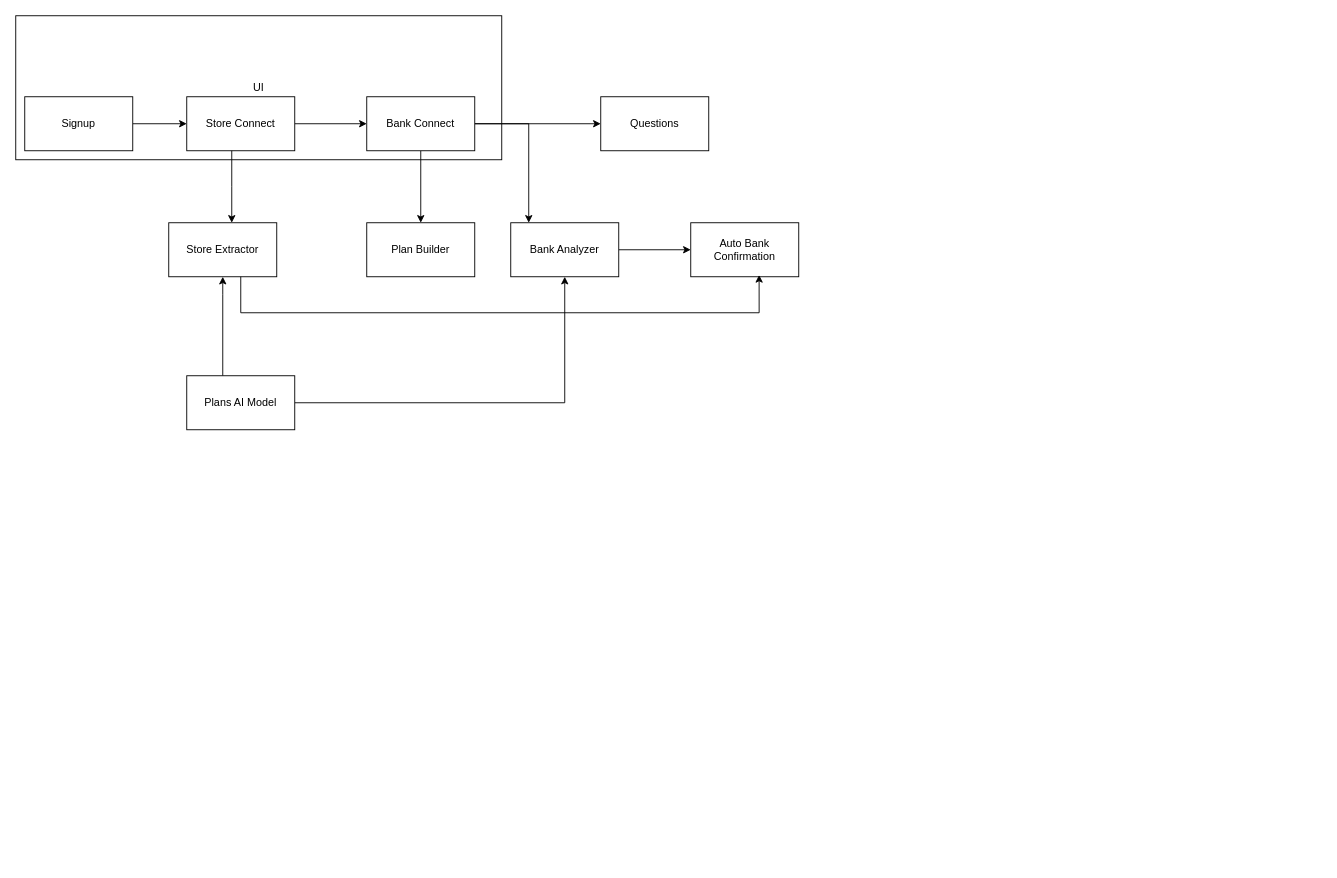
Above: drawings/general8fig.drawio in saharki/draw.io (draw.io), before the change. Source tidied: cells renumbered, new cells numbered last; positions are measured from the earlier drawing's top-left corner, leaving out a move shared by most shapes. Both pictures are drawn from the tidied source at 90%, with x=0, y=0 at pixel (15, 15).
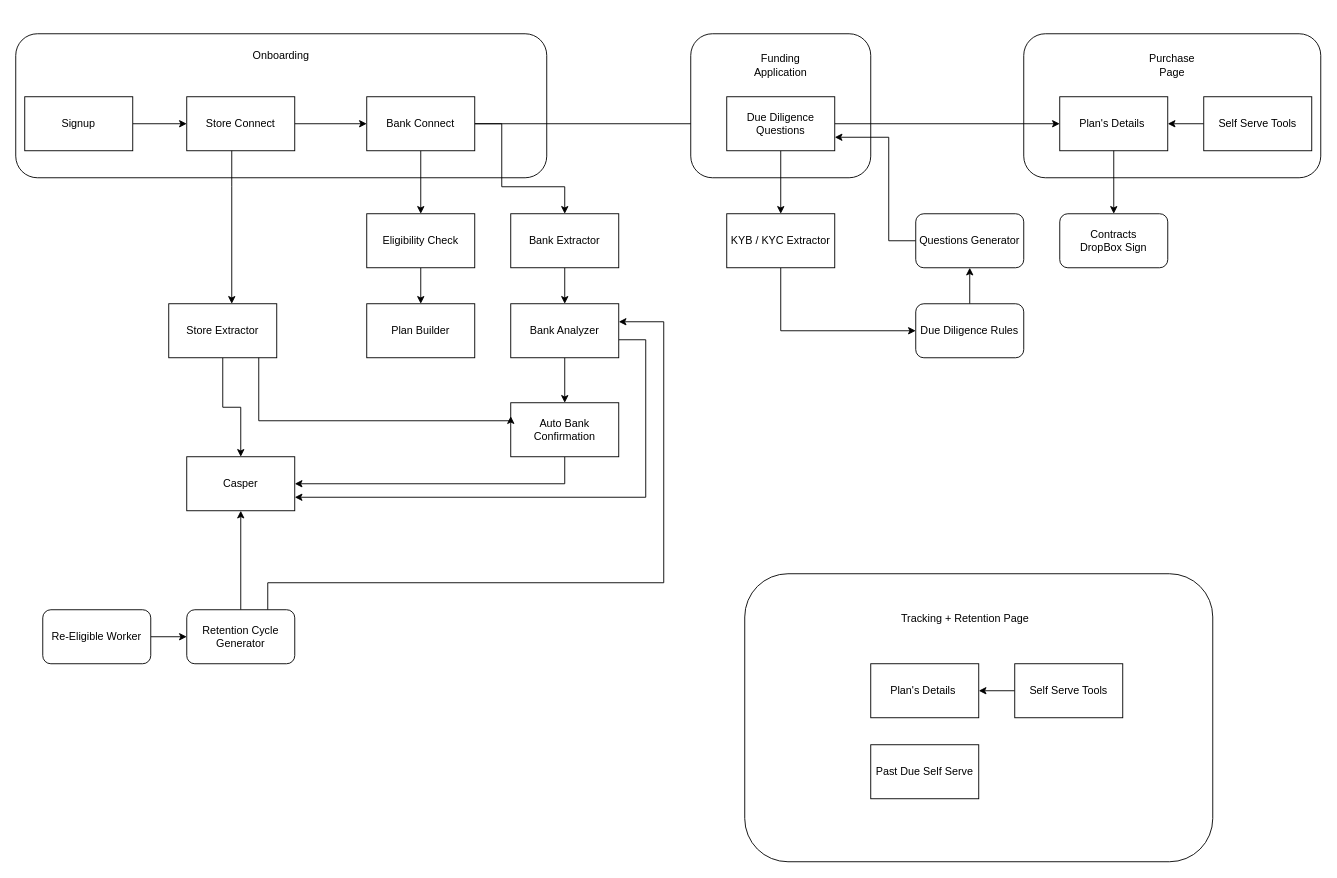
After the change.

Unchanged cells that the change refers to:
```xml
<mxCell id="9" value="Bank Connect" style="rounded=0;whiteSpace=wrap;html=1;" parent="1" vertex="1">
  <mxGeometry x="390" y="90" width="120" height="60" as="geometry" />
</mxCell>
```

The edit, as a diff of the source:
```diff
@@
-    <mxCell id="2" value="UI" style="rounded=0;whiteSpace=wrap;html=1;" parent="1" vertex="1">
-      <mxGeometry width="540" height="160" as="geometry" />
-    </mxCell>
+    <mxCell id="22" style="group;" parent="1" vertex="1">
+      <mxGeometry y="20" width="590" height="160" as="geometry" />
+    </mxCell>
+    <mxCell id="23" style="rounded=1;whiteSpace=wrap;html=1;shadow=0;" parent="22" vertex="1">
+      <mxGeometry width="590" height="160" as="geometry" />
+    </mxCell>
+    <mxCell id="24" value="Onboarding" style="text;html=1;align=center;verticalAlign=middle;whiteSpace=wrap;rounded=0;" parent="22" vertex="1">
+      <mxGeometry x="265" y="10" width="60" height="30" as="geometry" />
+    </mxCell>
@@
-    <mxCell id="7" style="edgeStyle=orthogonalEdgeStyle;rounded=0;jettySize=auto;html=1;" parent="1" edge="1" source="9" target="13">
-      <mxGeometry relative="1" as="geometry" />
-    </mxCell>
-    <mxCell id="8" style="edgeStyle=orthogonalEdgeStyle;rounded=0;jettySize=auto;html=1;" parent="1" edge="1" source="9" target="15">
-      <mxGeometry relative="1" as="geometry">
-        <Array as="points">
-          <mxPoint x="570" y="120" />
-        </Array>
-      </mxGeometry>
-    </mxCell>
+    <mxCell id="25" style="edgeStyle=orthogonalEdgeStyle;rounded=0;jettySize=auto;html=1;" parent="1" edge="1" source="9" target="31">
+      <mxGeometry relative="1" as="geometry" />
+    </mxCell>
+    <mxCell id="26" style="edgeStyle=orthogonalEdgeStyle;rounded=0;jettySize=auto;html=1;entryX=0.5;entryY=0;entryDx=0;entryDy=0;" parent="1" edge="1" source="9" target="33">
+      <mxGeometry relative="1" as="geometry">
+        <Array as="points">
+          <mxPoint x="540" y="120" />
+          <mxPoint x="540" y="190" />
+          <mxPoint x="610" y="190" />
+        </Array>
+      </mxGeometry>
+    </mxCell>
@@
-    <mxCell id="10" value="Questions" style="rounded=0;whiteSpace=wrap;html=1;" parent="1" vertex="1">
-      <mxGeometry x="650" y="90" width="120" height="60" as="geometry" />
-    </mxCell>
@@
     <mxCell id="13" value="Plan Builder" style="rounded=0;whiteSpace=wrap;html=1;" parent="1" vertex="1">
-      <mxGeometry x="390" y="230" width="120" height="60" as="geometry" />
+      <mxGeometry x="390" y="320" width="120" height="60" as="geometry" />
     </mxCell>
@@
+    <mxCell id="27" style="edgeStyle=orthogonalEdgeStyle;rounded=0;jettySize=auto;html=1;entryX=1;entryY=0.75;entryDx=0;entryDy=0;" parent="1" edge="1" source="15" target="18">
+      <mxGeometry relative="1" as="geometry">
+        <Array as="points">
+          <mxPoint x="700" y="360" />
+          <mxPoint x="700" y="535" />
+        </Array>
+      </mxGeometry>
+    </mxCell>
     <mxCell id="15" value="Bank Analyzer" style="whiteSpace=wrap;html=1;rounded=0;" parent="1" vertex="1">
-      <mxGeometry x="550" y="230" width="120" height="60" as="geometry" />
+      <mxGeometry x="550" y="320" width="120" height="60" as="geometry" />
     </mxCell>
-    <mxCell id="16" style="edgeStyle=orthogonalEdgeStyle;rounded=0;jettySize=auto;html=1;" parent="1" edge="1" source="18" target="15">
-      <mxGeometry relative="1" as="geometry" />
-    </mxCell>
-    <mxCell id="17" style="edgeStyle=orthogonalEdgeStyle;rounded=0;jettySize=auto;html=1;" parent="1" edge="1" source="18" target="19">
-      <mxGeometry relative="1" as="geometry">
-        <Array as="points">
-          <mxPoint x="230" y="310" />
-          <mxPoint x="230" y="310" />
-        </Array>
-      </mxGeometry>
-    </mxCell>
-    <mxCell id="18" value="Plans AI Model" style="whiteSpace=wrap;html=1;rounded=0;" parent="1" vertex="1">
-      <mxGeometry x="190" y="400" width="120" height="60" as="geometry" />
+    <mxCell id="18" value="Casper" style="whiteSpace=wrap;html=1;rounded=0;" parent="1" vertex="1">
+      <mxGeometry x="190" y="490" width="120" height="60" as="geometry" />
     </mxCell>
+    <mxCell id="28" style="edgeStyle=orthogonalEdgeStyle;rounded=0;jettySize=auto;html=1;" parent="1" edge="1" source="19" target="18">
+      <mxGeometry relative="1" as="geometry" />
+    </mxCell>
     <mxCell id="19" value="Store Extractor" style="whiteSpace=wrap;html=1;rounded=0;" parent="1" vertex="1">
-      <mxGeometry x="170" y="230" width="120" height="60" as="geometry" />
+      <mxGeometry x="170" y="320" width="120" height="60" as="geometry" />
     </mxCell>
+    <mxCell id="29" style="edgeStyle=orthogonalEdgeStyle;rounded=0;jettySize=auto;html=1;entryX=1;entryY=0.5;entryDx=0;entryDy=0;" parent="1" edge="1" source="20" target="18">
+      <mxGeometry relative="1" as="geometry">
+        <Array as="points">
+          <mxPoint x="610" y="520" />
+        </Array>
+      </mxGeometry>
+    </mxCell>
     <mxCell id="20" value="Auto Bank Confirmation" style="whiteSpace=wrap;html=1;rounded=0;" parent="1" vertex="1">
-      <mxGeometry x="750" y="230" width="120" height="60" as="geometry" />
+      <mxGeometry x="550" y="430" width="120" height="60" as="geometry" />
     </mxCell>
-    <mxCell id="21" style="edgeStyle=orthogonalEdgeStyle;rounded=0;jettySize=auto;html=1;entryX=0.633;entryY=0.967;entryDx=0;entryDy=0;entryPerimeter=0;" parent="1" edge="1" source="19" target="20">
+    <mxCell id="21" style="edgeStyle=orthogonalEdgeStyle;rounded=0;jettySize=auto;html=1;entryX=0;entryY=0.25;entryDx=0;entryDy=0;" parent="1" edge="1" source="19" target="20">
       <mxGeometry relative="1" as="geometry">
         <Array as="points">
-          <mxPoint x="250" y="330" />
-          <mxPoint x="826" y="330" />
+          <mxPoint x="270" y="450" />
+          <mxPoint x="550" y="450" />
         </Array>
       </mxGeometry>
     </mxCell>
+    <mxCell id="30" style="edgeStyle=orthogonalEdgeStyle;rounded=0;jettySize=auto;html=1;entryX=0.5;entryY=0;entryDx=0;entryDy=0;" parent="1" edge="1" source="31" target="13">
+      <mxGeometry relative="1" as="geometry" />
+    </mxCell>
+    <mxCell id="31" value="Eligibility Check" style="rounded=0;whiteSpace=wrap;html=1;" parent="1" vertex="1">
+      <mxGeometry x="390" y="220" width="120" height="60" as="geometry" />
+    </mxCell>
+    <mxCell id="32" style="edgeStyle=orthogonalEdgeStyle;rounded=0;jettySize=auto;html=1;" parent="1" edge="1" source="33" target="15">
+      <mxGeometry relative="1" as="geometry" />
+    </mxCell>
+    <mxCell id="33" value="Bank Extractor" style="whiteSpace=wrap;html=1;rounded=0;" parent="1" vertex="1">
+      <mxGeometry x="550" y="220" width="120" height="60" as="geometry" />
+    </mxCell>
+    <mxCell id="34" style="edgeStyle=orthogonalEdgeStyle;rounded=0;jettySize=auto;html=1;entryX=0;entryY=0.5;entryDx=0;entryDy=0;exitX=0.5;exitY=1;exitDx=0;exitDy=0;" parent="1" edge="1" source="35" target="48">
+      <mxGeometry relative="1" as="geometry" />
+    </mxCell>
+    <mxCell id="35" value="KYB / KYC Extractor" style="whiteSpace=wrap;html=1;rounded=0;" parent="1" vertex="1">
+      <mxGeometry x="790" y="220" width="120" height="60" as="geometry" />
+    </mxCell>
+    <mxCell id="36" style="group;" parent="1" vertex="1">
+      <mxGeometry x="1120" y="20" width="330" height="160" as="geometry" />
+    </mxCell>
+    <mxCell id="37" style="rounded=1;whiteSpace=wrap;html=1;" parent="36" vertex="1">
+      <mxGeometry width="330" height="160" as="geometry" />
+    </mxCell>
+    <mxCell id="38" value="Purchase Page" style="text;html=1;align=center;verticalAlign=middle;whiteSpace=wrap;rounded=0;" parent="36" vertex="1">
+      <mxGeometry x="135" y="20" width="60" height="30" as="geometry" />
+    </mxCell>
+    <mxCell id="39" value="Plan's Details&amp;nbsp;" style="rounded=0;whiteSpace=wrap;html=1;" parent="36" vertex="1">
+      <mxGeometry x="40" y="70" width="120" height="60" as="geometry" />
+    </mxCell>
+    <mxCell id="40" style="edgeStyle=orthogonalEdgeStyle;rounded=0;jettySize=auto;html=1;exitX=0;exitY=0.5;exitDx=0;exitDy=0;" parent="36" edge="1" source="41" target="39">
+      <mxGeometry relative="1" as="geometry" />
+    </mxCell>
+    <mxCell id="41" value="Self Serve Tools" style="rounded=0;whiteSpace=wrap;html=1;" parent="36" vertex="1">
+      <mxGeometry x="200" y="70" width="120" height="60" as="geometry" />
+    </mxCell>
+    <mxCell id="42" style="group;shadow=0;" parent="1" vertex="1">
+      <mxGeometry x="750" y="20" width="200" height="160" as="geometry" />
+    </mxCell>
+    <mxCell id="43" style="rounded=1;whiteSpace=wrap;html=1;" parent="42" vertex="1">
+      <mxGeometry width="200" height="160" as="geometry" />
+    </mxCell>
+    <mxCell id="44" value="Funding Application" style="text;html=1;align=center;verticalAlign=middle;whiteSpace=wrap;rounded=0;" parent="42" vertex="1">
+      <mxGeometry x="70" y="20" width="60" height="30" as="geometry" />
+    </mxCell>
+    <mxCell id="45" style="edgeStyle=orthogonalEdgeStyle;rounded=0;jettySize=auto;html=1;" parent="1" edge="1" source="10" target="39">
+      <mxGeometry relative="1" as="geometry" />
+    </mxCell>
+    <mxCell id="46" style="edgeStyle=orthogonalEdgeStyle;rounded=0;jettySize=auto;html=1;entryX=0.5;entryY=0;entryDx=0;entryDy=0;" parent="1" edge="1" source="10" target="35">
+      <mxGeometry relative="1" as="geometry" />
+    </mxCell>
+    <mxCell id="10" value="Due Diligence Questions" style="rounded=0;whiteSpace=wrap;html=1;" parent="1" vertex="1">
+      <mxGeometry x="790" y="90" width="120" height="60" as="geometry" />
+    </mxCell>
+    <mxCell id="47" style="edgeStyle=orthogonalEdgeStyle;rounded=0;jettySize=auto;html=1;" parent="1" edge="1" source="48" target="51">
+      <mxGeometry relative="1" as="geometry" />
+    </mxCell>
+    <mxCell id="48" value="Due Diligence Rules" style="rounded=1;whiteSpace=wrap;html=1;" parent="1" vertex="1">
+      <mxGeometry x="1000" y="320" width="120" height="60" as="geometry" />
+    </mxCell>
+    <mxCell id="49" value="Contracts&lt;div&gt;DropBox Sign&lt;/div&gt;" style="rounded=1;whiteSpace=wrap;html=1;" parent="1" vertex="1">
+      <mxGeometry x="1160" y="220" width="120" height="60" as="geometry" />
+    </mxCell>
+    <mxCell id="50" style="edgeStyle=orthogonalEdgeStyle;rounded=0;jettySize=auto;html=1;entryX=1;entryY=0.75;entryDx=0;entryDy=0;" parent="1" edge="1" source="51" target="10">
+      <mxGeometry relative="1" as="geometry">
+        <Array as="points">
+          <mxPoint x="970" y="250" />
+          <mxPoint x="970" y="135" />
+        </Array>
+      </mxGeometry>
+    </mxCell>
+    <mxCell id="51" value="Questions Generator" style="rounded=1;whiteSpace=wrap;html=1;" parent="1" vertex="1">
+      <mxGeometry x="1000" y="220" width="120" height="60" as="geometry" />
+    </mxCell>
+    <mxCell id="52" style="edgeStyle=orthogonalEdgeStyle;rounded=0;jettySize=auto;html=1;exitX=0.5;exitY=1;exitDx=0;exitDy=0;" parent="1" edge="1" source="39" target="49">
+      <mxGeometry relative="1" as="geometry" />
+    </mxCell>
+    <mxCell id="53" style="group;" parent="1" vertex="1">
+      <mxGeometry x="890" y="620" width="440" height="320" as="geometry" />
+    </mxCell>
+    <mxCell id="54" style="rounded=1;whiteSpace=wrap;html=1;" parent="53" vertex="1">
+      <mxGeometry x="-80" width="520" height="320" as="geometry" />
+    </mxCell>
+    <mxCell id="55" value="Tracking + Retention Page" style="text;html=1;align=center;verticalAlign=middle;whiteSpace=wrap;rounded=0;" parent="53" vertex="1">
+      <mxGeometry x="78.1" y="20" width="173.8" height="60" as="geometry" />
+    </mxCell>
+    <mxCell id="56" style="edgeStyle=orthogonalEdgeStyle;rounded=0;orthogonalLoop=1;jettySize=auto;html=1;exitX=0;exitY=0.5;exitDx=0;exitDy=0;" parent="53" edge="1">
+      <mxGeometry relative="1" as="geometry">
+        <mxPoint x="160" y="200" as="targetPoint" />
+      </mxGeometry>
+    </mxCell>
+    <mxCell id="57" value="Plan's Details&amp;nbsp;" style="rounded=0;whiteSpace=wrap;html=1;" parent="53" vertex="1">
+      <mxGeometry x="60" y="100" width="120" height="60" as="geometry" />
+    </mxCell>
+    <mxCell id="58" style="edgeStyle=orthogonalEdgeStyle;rounded=0;jettySize=auto;html=1;entryX=1;entryY=0.5;entryDx=0;entryDy=0;" parent="53" edge="1" source="59" target="57">
+      <mxGeometry relative="1" as="geometry" />
+    </mxCell>
+    <mxCell id="59" value="Self Serve Tools" style="rounded=0;whiteSpace=wrap;html=1;" parent="53" vertex="1">
+      <mxGeometry x="220" y="100" width="120" height="60" as="geometry" />
+    </mxCell>
+    <mxCell id="60" value="Past Due Self Serve" style="rounded=0;whiteSpace=wrap;html=1;" parent="53" vertex="1">
+      <mxGeometry x="60" y="190" width="120" height="60" as="geometry" />
+    </mxCell>
+    <mxCell id="61" style="edgeStyle=orthogonalEdgeStyle;rounded=0;jettySize=auto;html=1;entryX=0;entryY=0.5;entryDx=0;entryDy=0;" parent="1" edge="1" source="62" target="65">
+      <mxGeometry relative="1" as="geometry" />
+    </mxCell>
+    <mxCell id="62" value="Re-Eligible Worker" style="rounded=1;whiteSpace=wrap;html=1;" parent="1" vertex="1">
+      <mxGeometry x="30" y="660" width="120" height="60" as="geometry" />
+    </mxCell>
+    <mxCell id="63" style="edgeStyle=orthogonalEdgeStyle;rounded=0;jettySize=auto;html=1;entryX=0.5;entryY=1;entryDx=0;entryDy=0;" parent="1" edge="1" source="65" target="18">
+      <mxGeometry relative="1" as="geometry" />
+    </mxCell>
+    <mxCell id="64" style="edgeStyle=orthogonalEdgeStyle;rounded=0;jettySize=auto;html=1;" parent="1" edge="1" source="65" target="15">
+      <mxGeometry relative="1" as="geometry">
+        <Array as="points">
+          <mxPoint x="280" y="630" />
+          <mxPoint x="720" y="630" />
+          <mxPoint x="720" y="340" />
+        </Array>
+      </mxGeometry>
+    </mxCell>
+    <mxCell id="65" value="Retention Cycle Generator" style="rounded=1;whiteSpace=wrap;html=1;" parent="1" vertex="1">
+      <mxGeometry x="190" y="660" width="120" height="60" as="geometry" />
+    </mxCell>
```
